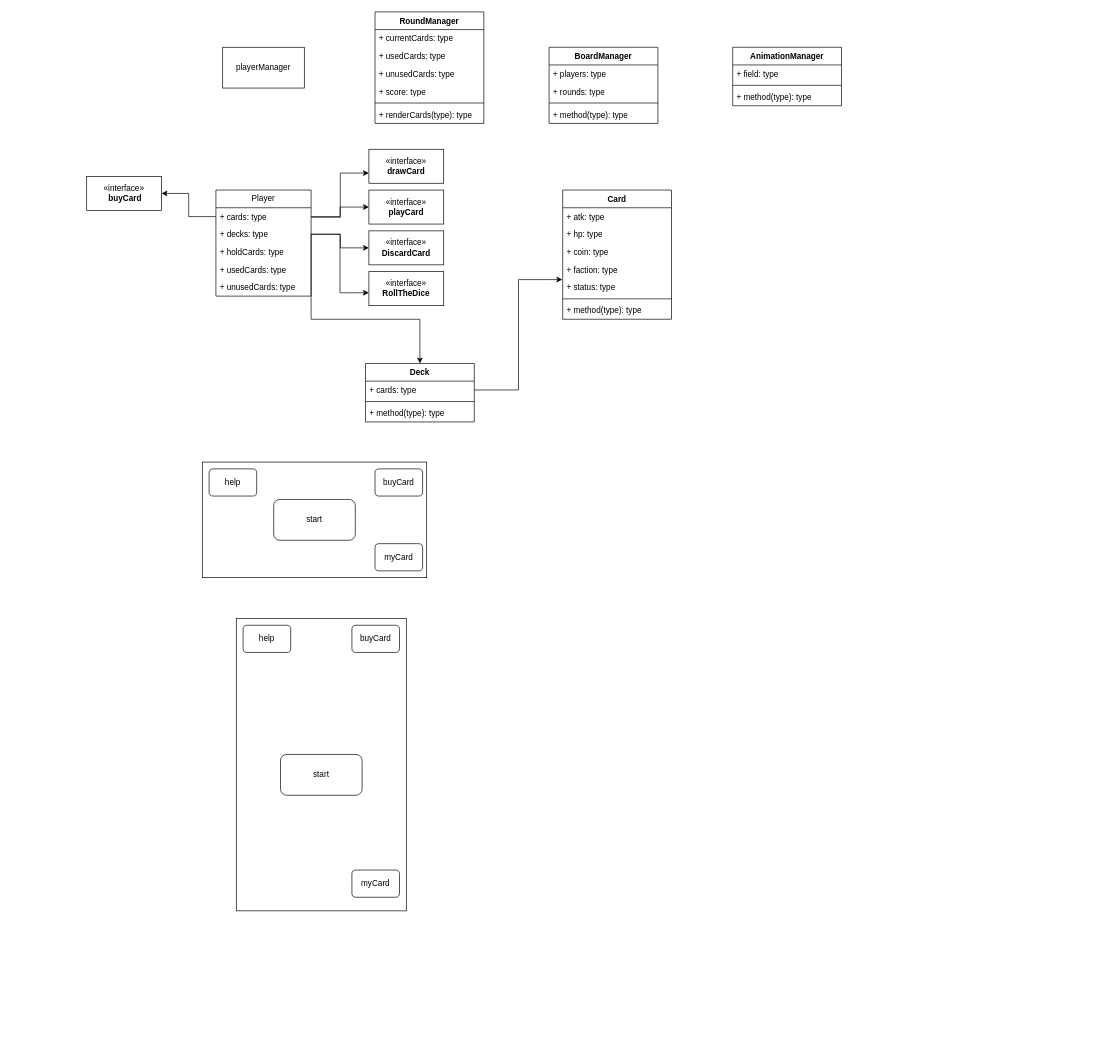
This is cards.drawio from hiotk/umldiagrams, a draw.io file, before an edit. Source tidied: cells renumbered, new cells numbered last; positions are measured from the earlier drawing's top-left corner, leaving out a move shared by most shapes. Both pictures are drawn from the tidied source at 68%, with x=0, y=0 at pixel (86, 12).
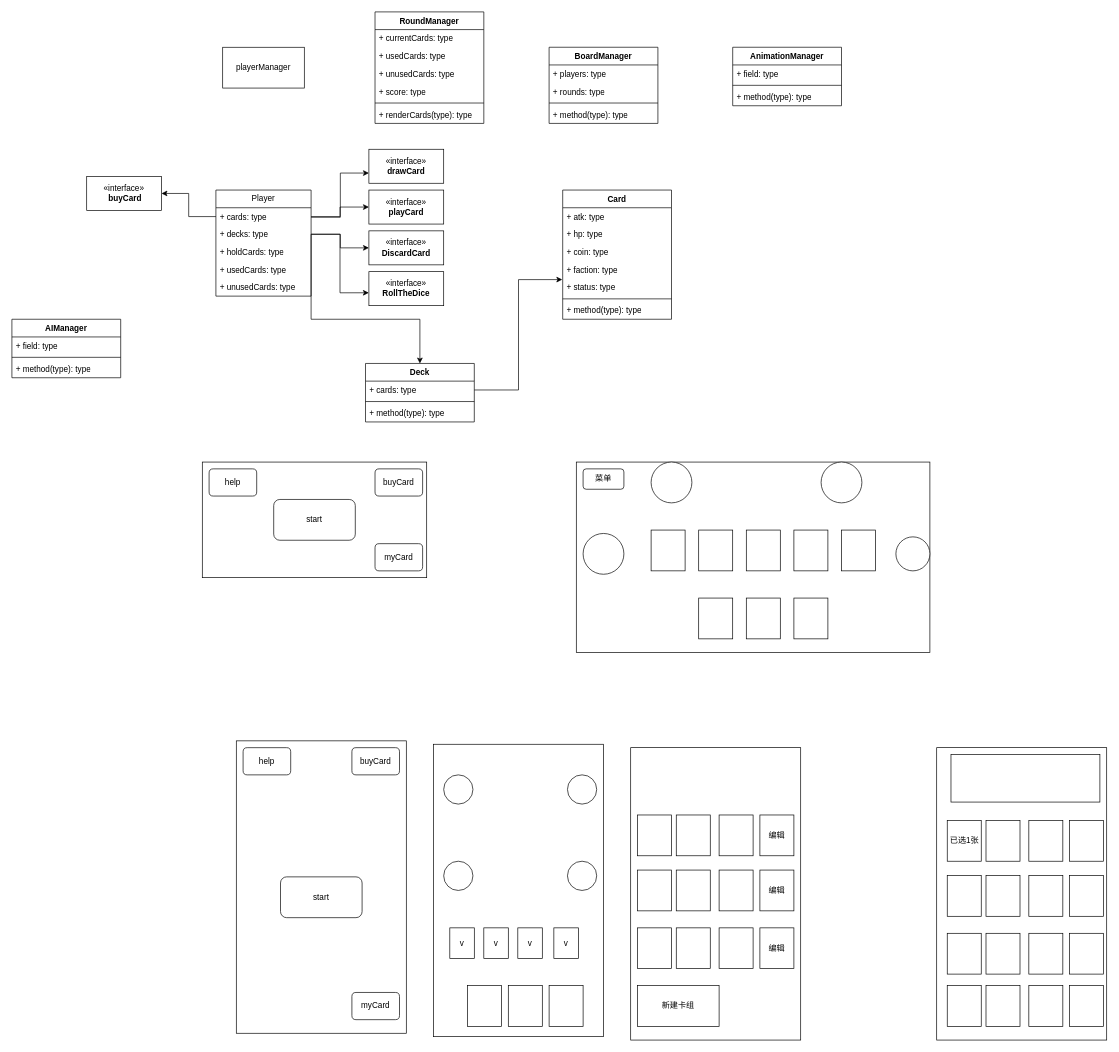
Above is the later version.

The edit, as a diff of the source:
```diff
@@
     <mxCell id="54" style="rounded=0;whiteSpace=wrap;html=1;" parent="1" vertex="1">
-      <mxGeometry x="220" y="892" width="250" height="430" as="geometry" />
+      <mxGeometry x="220" y="1072" width="250" height="430" as="geometry" />
     </mxCell>
     <mxCell id="55" value="start" style="rounded=1;whiteSpace=wrap;html=1;" parent="1" vertex="1">
-      <mxGeometry x="285" y="1092" width="120" height="60" as="geometry" />
+      <mxGeometry x="285" y="1272" width="120" height="60" as="geometry" />
     </mxCell>
     <mxCell id="56" value="myCard" style="rounded=1;whiteSpace=wrap;html=1;" parent="1" vertex="1">
-      <mxGeometry x="390" y="1262" width="70" height="40" as="geometry" />
+      <mxGeometry x="390" y="1442" width="70" height="40" as="geometry" />
     </mxCell>
     <mxCell id="57" value="buyCard" style="rounded=1;whiteSpace=wrap;html=1;" parent="1" vertex="1">
-      <mxGeometry x="390" y="902" width="70" height="40" as="geometry" />
+      <mxGeometry x="390" y="1082" width="70" height="40" as="geometry" />
     </mxCell>
     <mxCell id="58" value="help" style="rounded=1;whiteSpace=wrap;html=1;" parent="1" vertex="1">
-      <mxGeometry x="230" y="902" width="70" height="40" as="geometry" />
+      <mxGeometry x="230" y="1082" width="70" height="40" as="geometry" />
     </mxCell>
+    <mxCell id="59" style="rounded=0;whiteSpace=wrap;html=1;" parent="1" vertex="1">
+      <mxGeometry x="720" y="662" width="520" height="280" as="geometry" />
+    </mxCell>
+    <mxCell id="60" style="rounded=0;whiteSpace=wrap;html=1;" parent="1" vertex="1">
+      <mxGeometry x="900" y="862" width="50" height="60" as="geometry" />
+    </mxCell>
+    <mxCell id="61" style="rounded=0;whiteSpace=wrap;html=1;" parent="1" vertex="1">
+      <mxGeometry x="970" y="862" width="50" height="60" as="geometry" />
+    </mxCell>
+    <mxCell id="62" style="rounded=0;whiteSpace=wrap;html=1;" parent="1" vertex="1">
+      <mxGeometry x="1040" y="862" width="50" height="60" as="geometry" />
+    </mxCell>
+    <mxCell id="63" style="rounded=0;whiteSpace=wrap;html=1;" parent="1" vertex="1">
+      <mxGeometry x="830" y="762" width="50" height="60" as="geometry" />
+    </mxCell>
+    <mxCell id="64" style="rounded=0;whiteSpace=wrap;html=1;" parent="1" vertex="1">
+      <mxGeometry x="900" y="762" width="50" height="60" as="geometry" />
+    </mxCell>
+    <mxCell id="65" style="rounded=0;whiteSpace=wrap;html=1;" parent="1" vertex="1">
+      <mxGeometry x="970" y="762" width="50" height="60" as="geometry" />
+    </mxCell>
+    <mxCell id="66" style="rounded=0;whiteSpace=wrap;html=1;" parent="1" vertex="1">
+      <mxGeometry x="1040" y="762" width="50" height="60" as="geometry" />
+    </mxCell>
+    <mxCell id="67" style="rounded=0;whiteSpace=wrap;html=1;" parent="1" vertex="1">
+      <mxGeometry x="1110" y="762" width="50" height="60" as="geometry" />
+    </mxCell>
+    <mxCell id="68" style="ellipse;whiteSpace=wrap;html=1;" parent="1" vertex="1">
+      <mxGeometry x="830" y="662" width="60" height="60" as="geometry" />
+    </mxCell>
+    <mxCell id="69" style="ellipse;whiteSpace=wrap;html=1;" parent="1" vertex="1">
+      <mxGeometry x="1080" y="662" width="60" height="60" as="geometry" />
+    </mxCell>
+    <mxCell id="70" style="ellipse;whiteSpace=wrap;html=1;" parent="1" vertex="1">
+      <mxGeometry x="730" y="767" width="60" height="60" as="geometry" />
+    </mxCell>
+    <mxCell id="71" style="ellipse;whiteSpace=wrap;html=1;" parent="1" vertex="1">
+      <mxGeometry x="1190" y="772" width="50" height="50" as="geometry" />
+    </mxCell>
+    <mxCell id="72" value="菜单" style="rounded=1;whiteSpace=wrap;html=1;" parent="1" vertex="1">
+      <mxGeometry x="730" y="672" width="60" height="30" as="geometry" />
+    </mxCell>
+    <mxCell id="73" style="rounded=0;whiteSpace=wrap;html=1;" parent="1" vertex="1">
+      <mxGeometry x="800" y="1082" width="250" height="430" as="geometry" />
+    </mxCell>
+    <mxCell id="74" style="rounded=0;whiteSpace=wrap;html=1;" parent="1" vertex="1">
+      <mxGeometry x="810" y="1181" width="50" height="60" as="geometry" />
+    </mxCell>
+    <mxCell id="75" style="rounded=0;whiteSpace=wrap;html=1;" parent="1" vertex="1">
+      <mxGeometry x="867" y="1181" width="50" height="60" as="geometry" />
+    </mxCell>
+    <mxCell id="76" style="rounded=0;whiteSpace=wrap;html=1;" parent="1" vertex="1">
+      <mxGeometry x="930" y="1181" width="50" height="60" as="geometry" />
+    </mxCell>
+    <mxCell id="77" value="编辑" style="rounded=0;whiteSpace=wrap;html=1;" parent="1" vertex="1">
+      <mxGeometry x="990" y="1181" width="50" height="60" as="geometry" />
+    </mxCell>
+    <mxCell id="78" style="rounded=0;whiteSpace=wrap;html=1;" parent="1" vertex="1">
+      <mxGeometry x="810" y="1262" width="50" height="60" as="geometry" />
+    </mxCell>
+    <mxCell id="79" style="rounded=0;whiteSpace=wrap;html=1;" parent="1" vertex="1">
+      <mxGeometry x="867" y="1262" width="50" height="60" as="geometry" />
+    </mxCell>
+    <mxCell id="80" style="rounded=0;whiteSpace=wrap;html=1;" parent="1" vertex="1">
+      <mxGeometry x="930" y="1262" width="50" height="60" as="geometry" />
+    </mxCell>
+    <mxCell id="81" value="编辑" style="rounded=0;whiteSpace=wrap;html=1;" parent="1" vertex="1">
+      <mxGeometry x="990" y="1262" width="50" height="60" as="geometry" />
+    </mxCell>
+    <mxCell id="82" style="rounded=0;whiteSpace=wrap;html=1;" parent="1" vertex="1">
+      <mxGeometry x="810" y="1347" width="50" height="60" as="geometry" />
+    </mxCell>
+    <mxCell id="83" style="rounded=0;whiteSpace=wrap;html=1;" parent="1" vertex="1">
+      <mxGeometry x="867" y="1347" width="50" height="60" as="geometry" />
+    </mxCell>
+    <mxCell id="84" style="rounded=0;whiteSpace=wrap;html=1;" parent="1" vertex="1">
+      <mxGeometry x="930" y="1347" width="50" height="60" as="geometry" />
+    </mxCell>
+    <mxCell id="85" value="编辑" style="rounded=0;whiteSpace=wrap;html=1;" parent="1" vertex="1">
+      <mxGeometry x="990" y="1347" width="50" height="60" as="geometry" />
+    </mxCell>
+    <mxCell id="86" style="rounded=0;whiteSpace=wrap;html=1;" parent="1" vertex="1">
+      <mxGeometry x="1250" y="1082" width="250" height="430" as="geometry" />
+    </mxCell>
+    <mxCell id="87" style="rounded=0;whiteSpace=wrap;html=1;" parent="1" vertex="1">
+      <mxGeometry x="1271" y="1092" width="219" height="70" as="geometry" />
+    </mxCell>
+    <mxCell id="88" value="新建卡组" style="rounded=0;whiteSpace=wrap;html=1;" parent="1" vertex="1">
+      <mxGeometry x="810" y="1432" width="120" height="60" as="geometry" />
+    </mxCell>
+    <mxCell id="89" value="已选1张" style="rounded=0;whiteSpace=wrap;html=1;" parent="1" vertex="1">
+      <mxGeometry x="1265.5" y="1189" width="50" height="60" as="geometry" />
+    </mxCell>
+    <mxCell id="90" style="rounded=0;whiteSpace=wrap;html=1;" parent="1" vertex="1">
+      <mxGeometry x="1322.5" y="1189" width="50" height="60" as="geometry" />
+    </mxCell>
+    <mxCell id="91" style="rounded=0;whiteSpace=wrap;html=1;" parent="1" vertex="1">
+      <mxGeometry x="1385.5" y="1189" width="50" height="60" as="geometry" />
+    </mxCell>
+    <mxCell id="92" style="rounded=0;whiteSpace=wrap;html=1;" parent="1" vertex="1">
+      <mxGeometry x="1445.5" y="1189" width="50" height="60" as="geometry" />
+    </mxCell>
+    <mxCell id="93" style="rounded=0;whiteSpace=wrap;html=1;" parent="1" vertex="1">
+      <mxGeometry x="1265.5" y="1270" width="50" height="60" as="geometry" />
+    </mxCell>
+    <mxCell id="94" style="rounded=0;whiteSpace=wrap;html=1;" parent="1" vertex="1">
+      <mxGeometry x="1322.5" y="1270" width="50" height="60" as="geometry" />
+    </mxCell>
+    <mxCell id="95" style="rounded=0;whiteSpace=wrap;html=1;" parent="1" vertex="1">
+      <mxGeometry x="1385.5" y="1270" width="50" height="60" as="geometry" />
+    </mxCell>
+    <mxCell id="96" style="rounded=0;whiteSpace=wrap;html=1;" parent="1" vertex="1">
+      <mxGeometry x="1445.5" y="1270" width="50" height="60" as="geometry" />
+    </mxCell>
+    <mxCell id="97" style="rounded=0;whiteSpace=wrap;html=1;" parent="1" vertex="1">
+      <mxGeometry x="1265.5" y="1355" width="50" height="60" as="geometry" />
+    </mxCell>
+    <mxCell id="98" style="rounded=0;whiteSpace=wrap;html=1;" parent="1" vertex="1">
+      <mxGeometry x="1322.5" y="1355" width="50" height="60" as="geometry" />
+    </mxCell>
+    <mxCell id="99" style="rounded=0;whiteSpace=wrap;html=1;" parent="1" vertex="1">
+      <mxGeometry x="1385.5" y="1355" width="50" height="60" as="geometry" />
+    </mxCell>
+    <mxCell id="100" style="rounded=0;whiteSpace=wrap;html=1;" parent="1" vertex="1">
+      <mxGeometry x="1445.5" y="1355" width="50" height="60" as="geometry" />
+    </mxCell>
+    <mxCell id="101" style="rounded=0;whiteSpace=wrap;html=1;" parent="1" vertex="1">
+      <mxGeometry x="1265.5" y="1432" width="50" height="60" as="geometry" />
+    </mxCell>
+    <mxCell id="102" style="rounded=0;whiteSpace=wrap;html=1;" parent="1" vertex="1">
+      <mxGeometry x="1322.5" y="1432" width="50" height="60" as="geometry" />
+    </mxCell>
+    <mxCell id="103" style="rounded=0;whiteSpace=wrap;html=1;" parent="1" vertex="1">
+      <mxGeometry x="1385.5" y="1432" width="50" height="60" as="geometry" />
+    </mxCell>
+    <mxCell id="104" style="rounded=0;whiteSpace=wrap;html=1;" parent="1" vertex="1">
+      <mxGeometry x="1445.5" y="1432" width="50" height="60" as="geometry" />
+    </mxCell>
+    <mxCell id="105" value="AIManager" style="swimlane;fontStyle=1;align=center;verticalAlign=top;horizontal=1;startSize=26;whiteSpace=wrap;html=1;" parent="1" vertex="1">
+      <mxGeometry x="-110" y="452" width="160" height="86" as="geometry" />
+    </mxCell>
+    <mxCell id="106" value="+ field: type" style="text;strokeColor=none;fillColor=none;align=left;verticalAlign=top;spacingLeft=4;spacingRight=4;overflow=hidden;whiteSpace=wrap;html=1;" parent="105" vertex="1">
+      <mxGeometry y="26" width="160" height="26" as="geometry" />
+    </mxCell>
+    <mxCell id="107" style="line;strokeWidth=1;fillColor=none;align=left;verticalAlign=middle;spacingTop=-1;spacingLeft=3;spacingRight=3;labelPosition=right;strokeColor=inherit;" parent="105" vertex="1">
+      <mxGeometry y="52" width="160" height="8" as="geometry" />
+    </mxCell>
+    <mxCell id="108" value="+ method(type): type" style="text;strokeColor=none;fillColor=none;align=left;verticalAlign=top;spacingLeft=4;spacingRight=4;overflow=hidden;whiteSpace=wrap;html=1;" parent="105" vertex="1">
+      <mxGeometry y="60" width="160" height="26" as="geometry" />
+    </mxCell>
+    <mxCell id="109" style="rounded=0;whiteSpace=wrap;html=1;" parent="1" vertex="1">
+      <mxGeometry x="510" y="1077" width="250" height="430" as="geometry" />
+    </mxCell>
+    <mxCell id="110" style="ellipse;whiteSpace=wrap;html=1;" parent="1" vertex="1">
+      <mxGeometry x="525" y="1249" width="43" height="43" as="geometry" />
+    </mxCell>
+    <mxCell id="111" style="rounded=0;whiteSpace=wrap;html=1;" parent="1" vertex="1">
+      <mxGeometry x="560" y="1432" width="50" height="60" as="geometry" />
+    </mxCell>
+    <mxCell id="112" style="rounded=0;whiteSpace=wrap;html=1;" parent="1" vertex="1">
+      <mxGeometry x="620" y="1432" width="50" height="60" as="geometry" />
+    </mxCell>
+    <mxCell id="113" style="rounded=0;whiteSpace=wrap;html=1;" parent="1" vertex="1">
+      <mxGeometry x="680" y="1432" width="50" height="60" as="geometry" />
+    </mxCell>
+    <mxCell id="114" value="v" style="rounded=0;whiteSpace=wrap;html=1;" parent="1" vertex="1">
+      <mxGeometry x="534" y="1347" width="36" height="45" as="geometry" />
+    </mxCell>
+    <mxCell id="115" value="v" style="rounded=0;whiteSpace=wrap;html=1;" parent="1" vertex="1">
+      <mxGeometry x="584" y="1347" width="36" height="45" as="geometry" />
+    </mxCell>
+    <mxCell id="116" value="v" style="rounded=0;whiteSpace=wrap;html=1;" parent="1" vertex="1">
+      <mxGeometry x="634" y="1347" width="36" height="45" as="geometry" />
+    </mxCell>
+    <mxCell id="117" value="v" style="rounded=0;whiteSpace=wrap;html=1;" parent="1" vertex="1">
+      <mxGeometry x="687" y="1347" width="36" height="45" as="geometry" />
+    </mxCell>
+    <mxCell id="118" style="ellipse;whiteSpace=wrap;html=1;" parent="1" vertex="1">
+      <mxGeometry x="707" y="1249" width="43" height="43" as="geometry" />
+    </mxCell>
+    <mxCell id="119" style="ellipse;whiteSpace=wrap;html=1;" parent="1" vertex="1">
+      <mxGeometry x="525" y="1122" width="43" height="43" as="geometry" />
+    </mxCell>
+    <mxCell id="120" style="ellipse;whiteSpace=wrap;html=1;" parent="1" vertex="1">
+      <mxGeometry x="707" y="1122" width="43" height="43" as="geometry" />
+    </mxCell>
```
